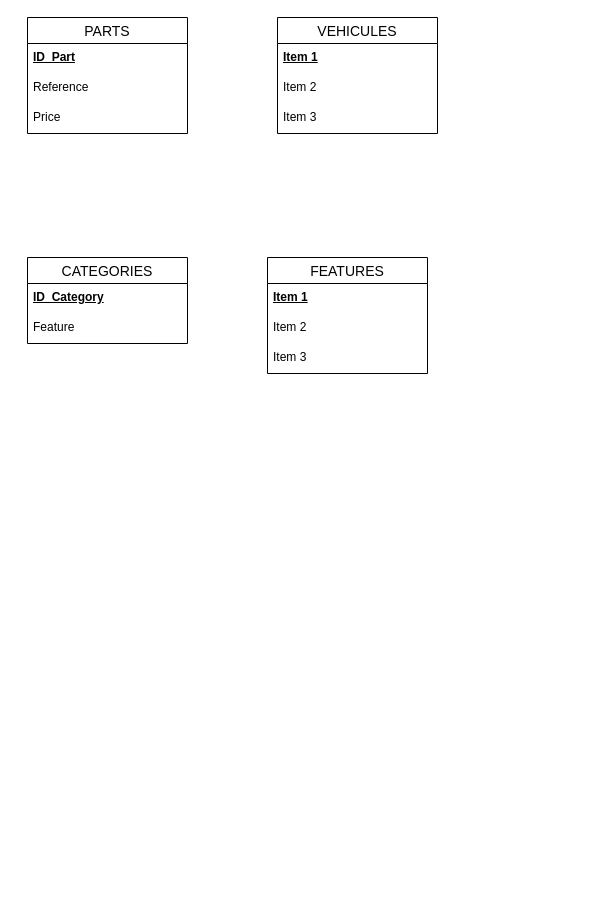
Earlier version of the draw.io diagram page "Ex_2" (2 of 3) of 162_DB/Exercices/MCD/ex_mcd.drawio (C0D3X-25/EPSIC). Source tidied: cells renumbered, new cells numbered last; positions are measured from the earlier drawing's top-left corner, leaving out a move shared by most shapes. Both pictures are drawn from the tidied source at 100%, with x=0, y=0 at pixel (27, 17).
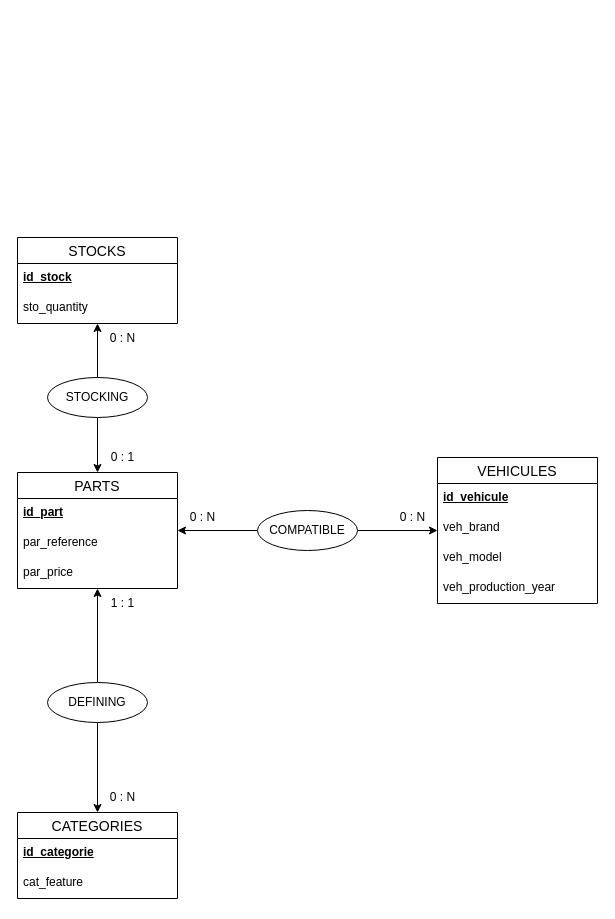
The same diagram, later.

Change to the diagram source:
```diff
@@
     <mxCell id="2" value="PARTS" style="swimlane;fontStyle=0;horizontal=1;startSize=26;align=center;fontSize=14;" parent="1" vertex="1">
-      <mxGeometry width="160" height="116" as="geometry" />
+      <mxGeometry x="-10" y="455" width="160" height="116" as="geometry" />
     </mxCell>
-    <mxCell id="3" value="&lt;b&gt;&lt;u&gt;ID_Part&lt;/u&gt;&lt;/b&gt;" style="text;strokeColor=none;fillColor=none;spacingLeft=4;spacingRight=4;overflow=hidden;fontSize=12;whiteSpace=wrap;html=1;" parent="2" vertex="1">
+    <mxCell id="3" value="&lt;b&gt;&lt;u&gt;id_part&lt;/u&gt;&lt;/b&gt;" style="text;strokeColor=none;fillColor=none;spacingLeft=4;spacingRight=4;overflow=hidden;fontSize=12;whiteSpace=wrap;html=1;" parent="2" vertex="1">
       <mxGeometry y="26" width="160" height="30" as="geometry" />
     </mxCell>
-    <mxCell id="4" value="Reference" style="text;strokeColor=none;fillColor=none;spacingLeft=4;spacingRight=4;overflow=hidden;fontSize=12;whiteSpace=wrap;html=1;" parent="2" vertex="1">
+    <mxCell id="4" value="par_reference" style="text;strokeColor=none;fillColor=none;spacingLeft=4;spacingRight=4;overflow=hidden;fontSize=12;whiteSpace=wrap;html=1;" parent="2" vertex="1">
       <mxGeometry y="56" width="160" height="30" as="geometry" />
     </mxCell>
-    <mxCell id="5" value="Price" style="text;strokeColor=none;fillColor=none;spacingLeft=4;spacingRight=4;overflow=hidden;fontSize=12;whiteSpace=wrap;html=1;" parent="2" vertex="1">
+    <mxCell id="5" value="par_price" style="text;strokeColor=none;fillColor=none;spacingLeft=4;spacingRight=4;overflow=hidden;fontSize=12;whiteSpace=wrap;html=1;" parent="2" vertex="1">
       <mxGeometry y="86" width="160" height="30" as="geometry" />
     </mxCell>
     <mxCell id="6" value="CATEGORIES" style="swimlane;fontStyle=0;horizontal=1;startSize=26;align=center;fontSize=14;" parent="1" vertex="1">
-      <mxGeometry y="240" width="160" height="86" as="geometry" />
+      <mxGeometry x="-10" y="795" width="160" height="86" as="geometry" />
     </mxCell>
-    <mxCell id="7" value="&lt;b&gt;&lt;u&gt;ID_Category&lt;/u&gt;&lt;/b&gt;" style="text;strokeColor=none;fillColor=none;spacingLeft=4;spacingRight=4;overflow=hidden;fontSize=12;whiteSpace=wrap;html=1;" parent="6" vertex="1">
+    <mxCell id="7" value="&lt;b&gt;&lt;u&gt;id_categorie&lt;/u&gt;&lt;/b&gt;" style="text;strokeColor=none;fillColor=none;spacingLeft=4;spacingRight=4;overflow=hidden;fontSize=12;whiteSpace=wrap;html=1;" parent="6" vertex="1">
       <mxGeometry y="26" width="160" height="30" as="geometry" />
     </mxCell>
-    <mxCell id="8" value="Feature" style="text;strokeColor=none;fillColor=none;spacingLeft=4;spacingRight=4;overflow=hidden;fontSize=12;whiteSpace=wrap;html=1;" parent="6" vertex="1">
+    <mxCell id="8" value="cat_feature" style="text;strokeColor=none;fillColor=none;spacingLeft=4;spacingRight=4;overflow=hidden;fontSize=12;whiteSpace=wrap;html=1;" parent="6" vertex="1">
       <mxGeometry y="56" width="160" height="30" as="geometry" />
     </mxCell>
     <mxCell id="9" value="VEHICULES" style="swimlane;fontStyle=0;horizontal=1;startSize=26;align=center;fontSize=14;" parent="1" vertex="1">
-      <mxGeometry x="250" width="160" height="116" as="geometry" />
+      <mxGeometry x="410" y="440" width="160" height="146" as="geometry" />
     </mxCell>
-    <mxCell id="10" value="&lt;b&gt;&lt;u&gt;Item 1&lt;/u&gt;&lt;/b&gt;" style="text;strokeColor=none;fillColor=none;spacingLeft=4;spacingRight=4;overflow=hidden;fontSize=12;whiteSpace=wrap;html=1;" parent="9" vertex="1">
+    <mxCell id="10" value="&lt;b&gt;&lt;u&gt;id_vehicule&lt;/u&gt;&lt;/b&gt;" style="text;strokeColor=none;fillColor=none;spacingLeft=4;spacingRight=4;overflow=hidden;fontSize=12;whiteSpace=wrap;html=1;" parent="9" vertex="1">
       <mxGeometry y="26" width="160" height="30" as="geometry" />
     </mxCell>
-    <mxCell id="11" value="Item 2" style="text;strokeColor=none;fillColor=none;spacingLeft=4;spacingRight=4;overflow=hidden;fontSize=12;whiteSpace=wrap;html=1;" parent="9" vertex="1">
+    <mxCell id="11" value="veh_brand" style="text;strokeColor=none;fillColor=none;spacingLeft=4;spacingRight=4;overflow=hidden;fontSize=12;whiteSpace=wrap;html=1;" parent="9" vertex="1">
       <mxGeometry y="56" width="160" height="30" as="geometry" />
     </mxCell>
-    <mxCell id="12" value="Item 3" style="text;strokeColor=none;fillColor=none;spacingLeft=4;spacingRight=4;overflow=hidden;fontSize=12;whiteSpace=wrap;html=1;" parent="9" vertex="1">
+    <mxCell id="12" value="veh_model" style="text;strokeColor=none;fillColor=none;spacingLeft=4;spacingRight=4;overflow=hidden;fontSize=12;whiteSpace=wrap;html=1;" parent="9" vertex="1">
       <mxGeometry y="86" width="160" height="30" as="geometry" />
     </mxCell>
+    <mxCell id="17" value="veh_production_year" style="text;strokeColor=none;fillColor=none;spacingLeft=4;spacingRight=4;overflow=hidden;fontSize=12;whiteSpace=wrap;html=1;" parent="9" vertex="1">
+      <mxGeometry y="116" width="160" height="30" as="geometry" />
+    </mxCell>
-    <mxCell id="13" value="FEATURES" style="swimlane;fontStyle=0;horizontal=1;startSize=26;align=center;fontSize=14;" parent="1" vertex="1">
-      <mxGeometry x="240" y="240" width="160" height="116" as="geometry" />
+    <mxCell id="13" value="STOCKS" style="swimlane;fontStyle=0;horizontal=1;startSize=26;align=center;fontSize=14;" parent="1" vertex="1">
+      <mxGeometry x="-10" y="220" width="160" height="86" as="geometry" />
     </mxCell>
-    <mxCell id="14" value="&lt;b&gt;&lt;u&gt;Item 1&lt;/u&gt;&lt;/b&gt;" style="text;strokeColor=none;fillColor=none;spacingLeft=4;spacingRight=4;overflow=hidden;fontSize=12;whiteSpace=wrap;html=1;" parent="13" vertex="1">
+    <mxCell id="14" value="&lt;b&gt;&lt;u&gt;id_stock&lt;/u&gt;&lt;/b&gt;" style="text;strokeColor=none;fillColor=none;spacingLeft=4;spacingRight=4;overflow=hidden;fontSize=12;whiteSpace=wrap;html=1;" parent="13" vertex="1">
       <mxGeometry y="26" width="160" height="30" as="geometry" />
     </mxCell>
-    <mxCell id="15" value="Item 2" style="text;strokeColor=none;fillColor=none;spacingLeft=4;spacingRight=4;overflow=hidden;fontSize=12;whiteSpace=wrap;html=1;" parent="13" vertex="1">
+    <mxCell id="15" value="sto_quantity" style="text;strokeColor=none;fillColor=none;spacingLeft=4;spacingRight=4;overflow=hidden;fontSize=12;whiteSpace=wrap;html=1;" parent="13" vertex="1">
       <mxGeometry y="56" width="160" height="30" as="geometry" />
     </mxCell>
-    <mxCell id="16" value="Item 3" style="text;strokeColor=none;fillColor=none;spacingLeft=4;spacingRight=4;overflow=hidden;fontSize=12;whiteSpace=wrap;html=1;" parent="13" vertex="1">
-      <mxGeometry y="86" width="160" height="30" as="geometry" />
-    </mxCell>
+    <mxCell id="18" style="edgeStyle=orthogonalEdgeStyle;rounded=0;jettySize=auto;html=1;exitX=0.5;exitY=0;exitDx=0;exitDy=0;" parent="1" edge="1" source="20" target="2">
+      <mxGeometry relative="1" as="geometry" />
+    </mxCell>
+    <mxCell id="19" style="edgeStyle=orthogonalEdgeStyle;rounded=0;jettySize=auto;html=1;exitX=0.5;exitY=1;exitDx=0;exitDy=0;" parent="1" edge="1" source="20" target="6">
+      <mxGeometry relative="1" as="geometry" />
+    </mxCell>
+    <mxCell id="20" value="DEFINING" style="ellipse;whiteSpace=wrap;html=1;align=center;" parent="1" vertex="1">
+      <mxGeometry x="20" y="665" width="100" height="40" as="geometry" />
+    </mxCell>
+    <mxCell id="21" style="edgeStyle=orthogonalEdgeStyle;rounded=0;jettySize=auto;html=1;exitX=0;exitY=0.5;exitDx=0;exitDy=0;" parent="1" edge="1" source="23" target="2">
+      <mxGeometry relative="1" as="geometry" />
+    </mxCell>
+    <mxCell id="22" style="edgeStyle=orthogonalEdgeStyle;rounded=0;jettySize=auto;html=1;exitX=1;exitY=0.5;exitDx=0;exitDy=0;" parent="1" edge="1" source="23" target="9">
+      <mxGeometry relative="1" as="geometry" />
+    </mxCell>
+    <mxCell id="23" value="COMPATIBLE" style="ellipse;whiteSpace=wrap;html=1;align=center;" parent="1" vertex="1">
+      <mxGeometry x="230" y="493" width="100" height="40" as="geometry" />
+    </mxCell>
+    <mxCell id="24" value="1 : 1" style="text;html=1;align=center;verticalAlign=middle;strokeColor=none;fillColor=none;" parent="1" vertex="1">
+      <mxGeometry x="70" y="571" width="50" height="30" as="geometry" />
+    </mxCell>
+    <mxCell id="25" value="0 : N" style="text;html=1;align=center;verticalAlign=middle;strokeColor=none;fillColor=none;" parent="1" vertex="1">
+      <mxGeometry x="70" y="765" width="50" height="30" as="geometry" />
+    </mxCell>
+    <mxCell id="26" value="0 : N" style="text;html=1;align=center;verticalAlign=middle;strokeColor=none;fillColor=none;" parent="1" vertex="1">
+      <mxGeometry x="150" y="485" width="50" height="30" as="geometry" />
+    </mxCell>
+    <mxCell id="27" value="0 : N" style="text;html=1;align=center;verticalAlign=middle;strokeColor=none;fillColor=none;" parent="1" vertex="1">
+      <mxGeometry x="360" y="485" width="50" height="30" as="geometry" />
+    </mxCell>
+    <mxCell id="28" style="edgeStyle=orthogonalEdgeStyle;rounded=0;jettySize=auto;html=1;exitX=0.5;exitY=0;exitDx=0;exitDy=0;" parent="1" edge="1" source="30" target="13">
+      <mxGeometry relative="1" as="geometry" />
+    </mxCell>
+    <mxCell id="29" style="edgeStyle=orthogonalEdgeStyle;rounded=0;jettySize=auto;html=1;exitX=0.5;exitY=1;exitDx=0;exitDy=0;" parent="1" edge="1" source="30" target="2">
+      <mxGeometry relative="1" as="geometry" />
+    </mxCell>
+    <mxCell id="30" value="STOCKING" style="ellipse;whiteSpace=wrap;html=1;align=center;" parent="1" vertex="1">
+      <mxGeometry x="20" y="360" width="100" height="40" as="geometry" />
+    </mxCell>
+    <mxCell id="31" value="0 : N" style="text;html=1;align=center;verticalAlign=middle;strokeColor=none;fillColor=none;" parent="1" vertex="1">
+      <mxGeometry x="70" y="306" width="50" height="30" as="geometry" />
+    </mxCell>
+    <mxCell id="32" value="0 : 1" style="text;html=1;align=center;verticalAlign=middle;strokeColor=none;fillColor=none;" parent="1" vertex="1">
+      <mxGeometry x="70" y="425" width="50" height="30" as="geometry" />
+    </mxCell>
```
